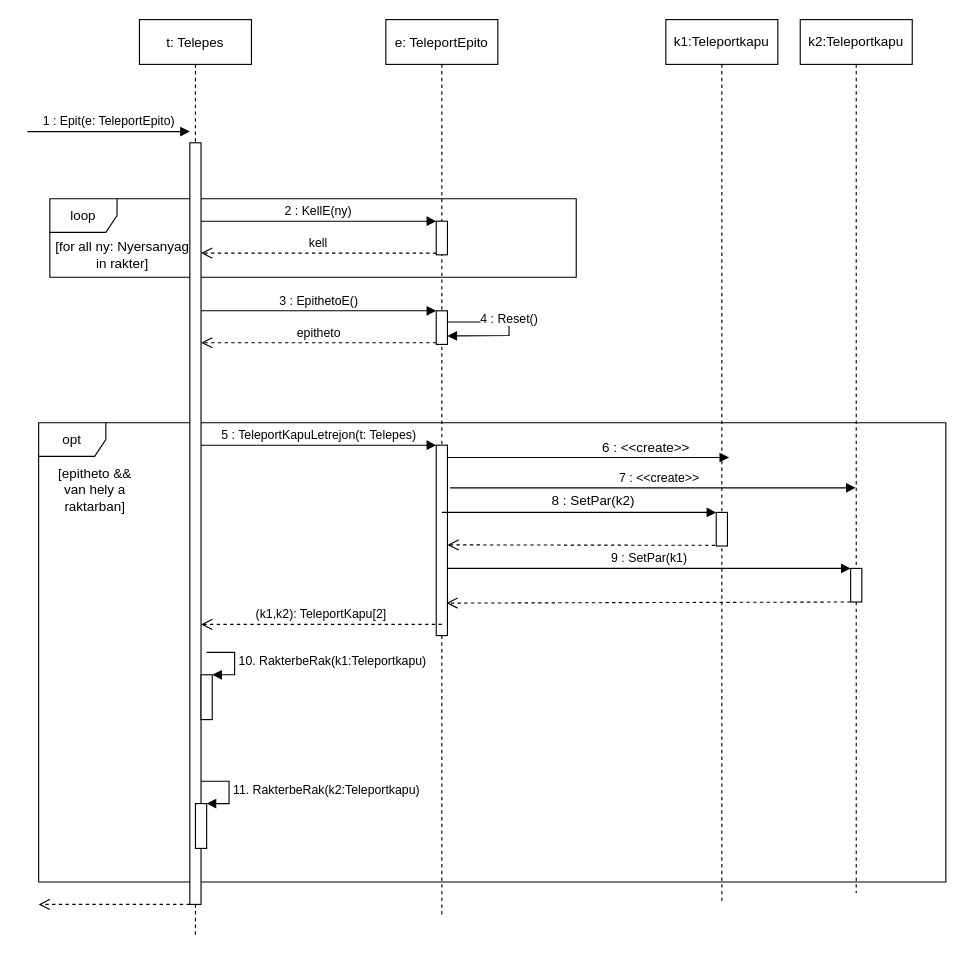
Earlier version of the draw.io diagram page "Page-1" (1 of 2) of doc/uml/szekvencia_teleportEpit.drawio (torpeBoiGo/aszteroidabanyaszat). Source tidied: cells renumbered, new cells numbered last; positions are measured from the earlier drawing's top-left corner, leaving out a move shared by most shapes. Both pictures are drawn from the tidied source at 112%, with x=0, y=0 at pixel (27, 19).
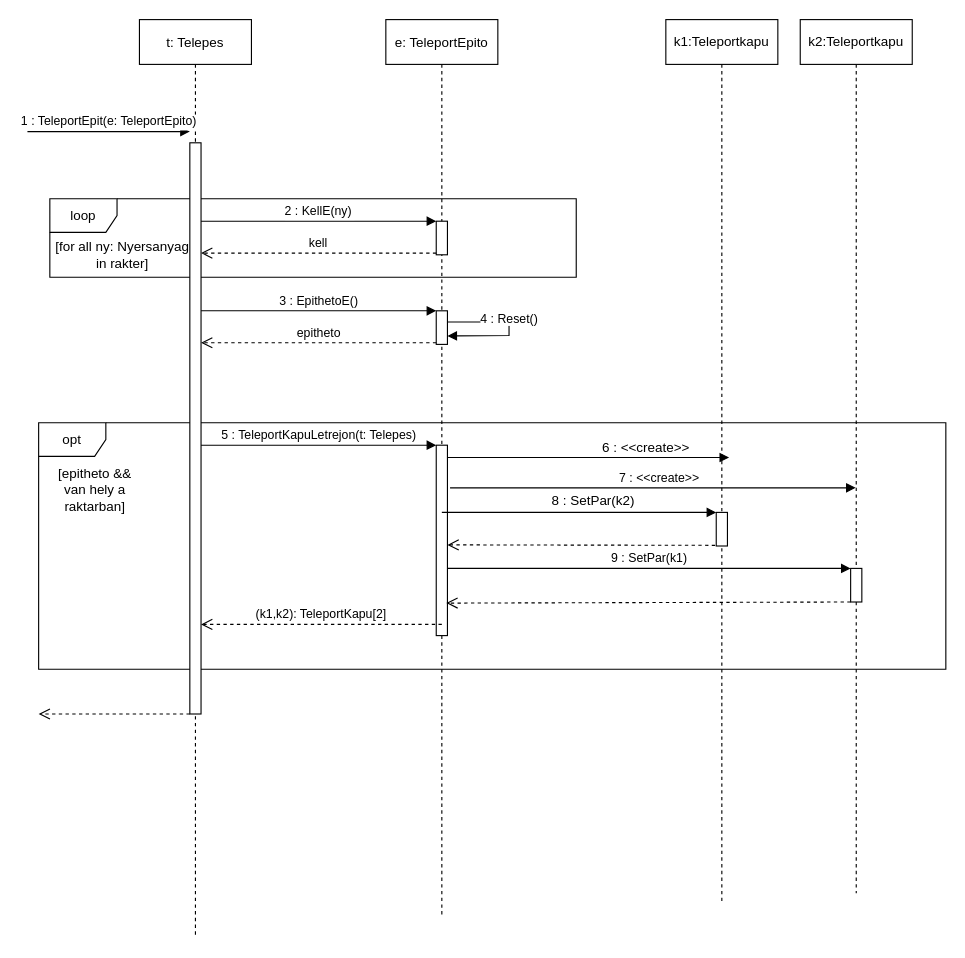
After the change.

Commit message:
TeleportEpito-re átnevezés és raktartbatesz levétele

The change refers to these unchanged cells:
```xml
<mxCell id="5" value="t: Telepes" style="shape=umlLifeline;perimeter=lifelinePerimeter;rounded=0;shadow=0;strokeWidth=1;" parent="1" vertex="1">
  <mxGeometry x="100" width="100" height="820" as="geometry" />
</mxCell>
```

Change to the diagram source:
```diff
@@
     <mxCell id="2" value="opt" style="shape=umlFrame;whiteSpace=wrap;html=1;" parent="1" vertex="1">
-      <mxGeometry x="10" y="360" width="810" height="410" as="geometry" />
+      <mxGeometry x="10" y="360" width="810" height="220" as="geometry" />
     </mxCell>
@@
     <mxCell id="6" style="html=1;points=[];perimeter=orthogonalPerimeter;" parent="5" vertex="1">
-      <mxGeometry x="45" y="110" width="10" height="680" as="geometry" />
+      <mxGeometry x="45" y="110" width="10" height="510" as="geometry" />
     </mxCell>
-    <mxCell id="7" style="html=1;points=[];perimeter=orthogonalPerimeter;" parent="5" vertex="1">
-      <mxGeometry x="55" y="585" width="10" height="40" as="geometry" />
-    </mxCell>
-    <mxCell id="8" value="10. RakterbeRak(k1:Teleportkapu)" style="edgeStyle=orthogonalEdgeStyle;html=1;align=left;spacingLeft=2;endArrow=block;rounded=0;entryX=1;entryY=0;" parent="5" edge="1" target="7">
-      <mxGeometry relative="1" as="geometry">
-        <mxPoint x="60" y="565" as="sourcePoint" />
-        <Array as="points">
-          <mxPoint x="85" y="565" />
-        </Array>
-      </mxGeometry>
-    </mxCell>
-    <mxCell id="9" style="html=1;points=[];perimeter=orthogonalPerimeter;" parent="5" vertex="1">
-      <mxGeometry x="50" y="700" width="10" height="40" as="geometry" />
-    </mxCell>
-    <mxCell id="10" value="11. RakterbeRak(k2:Teleportkapu)" style="edgeStyle=orthogonalEdgeStyle;html=1;align=left;spacingLeft=2;endArrow=block;rounded=0;entryX=1;entryY=0;" parent="5" edge="1" target="9">
-      <mxGeometry relative="1" as="geometry">
-        <mxPoint x="55" y="680" as="sourcePoint" />
-        <Array as="points">
-          <mxPoint x="80" y="680" />
-        </Array>
-      </mxGeometry>
-    </mxCell>
@@
-    <mxCell id="20" value="1 : Epit(e: TeleportEpito)" style="verticalAlign=bottom;startArrow=none;endArrow=block;startSize=8;shadow=0;strokeWidth=1;startFill=0;" parent="1" edge="1">
+    <mxCell id="20" value="1 : TeleportEpit(e: TeleportEpito)" style="verticalAlign=bottom;startArrow=none;endArrow=block;startSize=8;shadow=0;strokeWidth=1;startFill=0;" parent="1" edge="1">
       <mxGeometry relative="1" as="geometry">
         <mxPoint y="100" as="sourcePoint" />
         <mxPoint x="145" y="100" as="targetPoint" />
       </mxGeometry>
     </mxCell>
     <mxCell id="21" style="html=1;verticalAlign=bottom;endArrow=open;dashed=1;endSize=8;" parent="1" edge="1" source="6">
       <mxGeometry relative="1" as="geometry">
-        <mxPoint x="10" y="790" as="targetPoint" />
+        <mxPoint x="10" y="620" as="targetPoint" />
       </mxGeometry>
     </mxCell>
```
